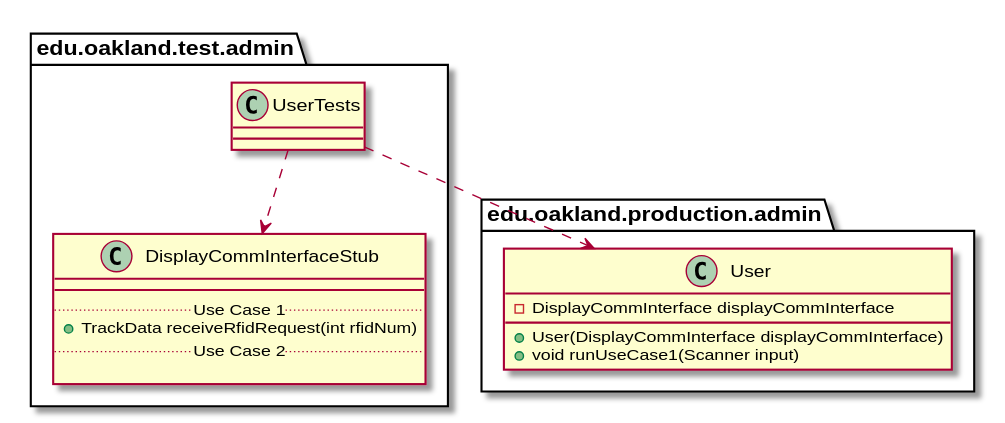
This is docs/uml-class-diagrams/admin/test/UserTests/UserTests_DirectDependencies.svg from elilley15/csi-3370-software-project, a PlantUML export, as it was before one commit.
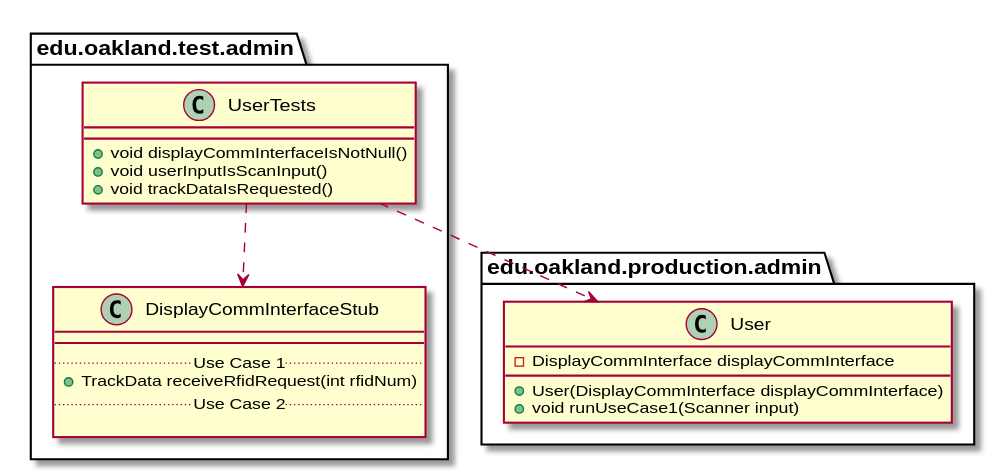
Later version of the same file.

Diff of the diagram source:
```diff
@@ -3,7 +3,9 @@
 
 package edu.oakland.test.admin {
     class UserTests {
-
+        + void displayCommInterfaceIsNotNull()
+        + void userInputIsScanInput()
+        + void trackDataIsRequested()
     }
 }
 
```
